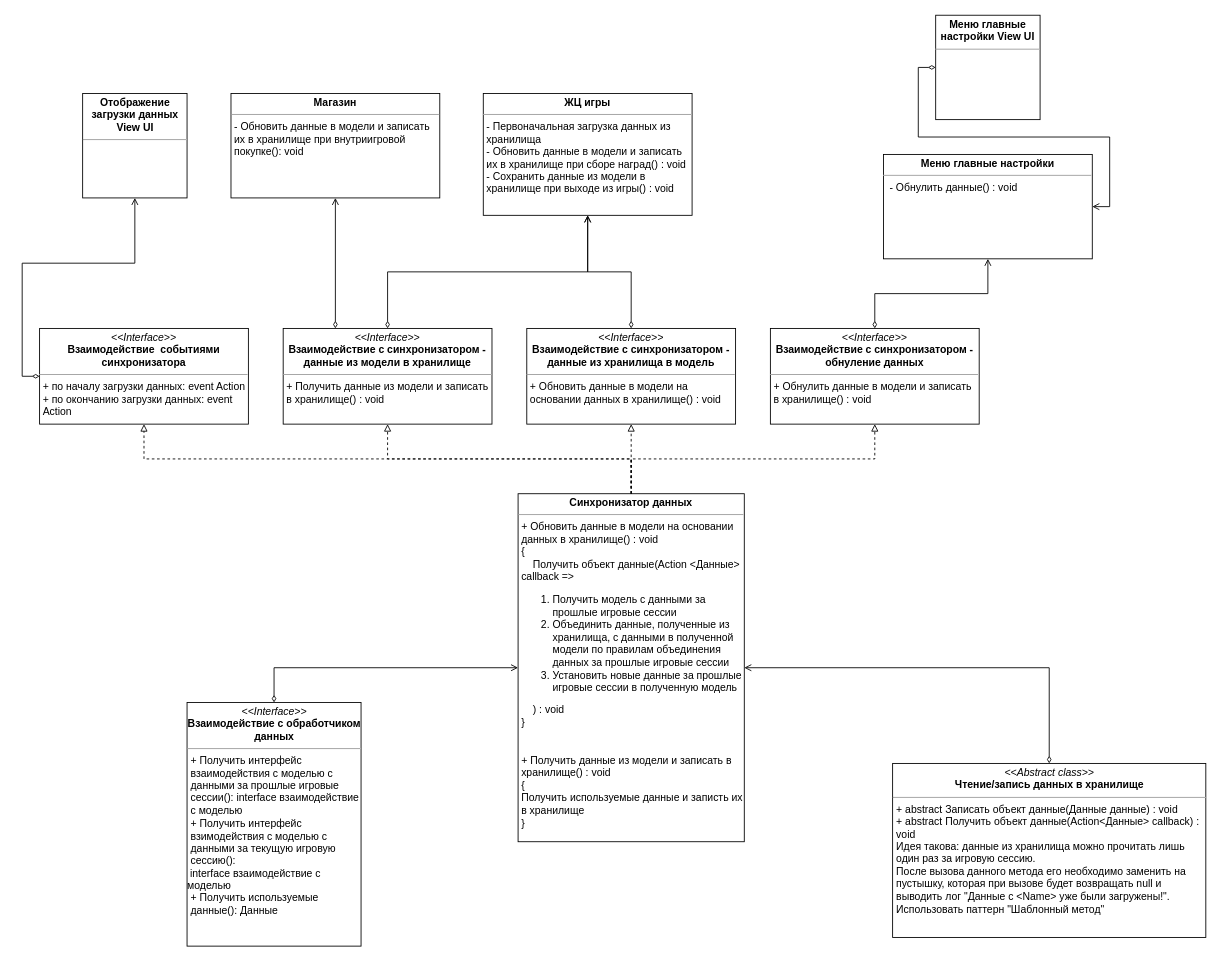
Above: Документация/Проектирование кода/Работа с данными/Синхронизатор данных UML.drawio in PurposeTo/JumpingDreamer (draw.io), before the change. Source tidied: cells renumbered, new cells numbered last; positions are measured from the earlier drawing's top-left corner, leaving out a move shared by most shapes. Both pictures are drawn from the tidied source at 87%, with x=0, y=0 at pixel (39, 15).
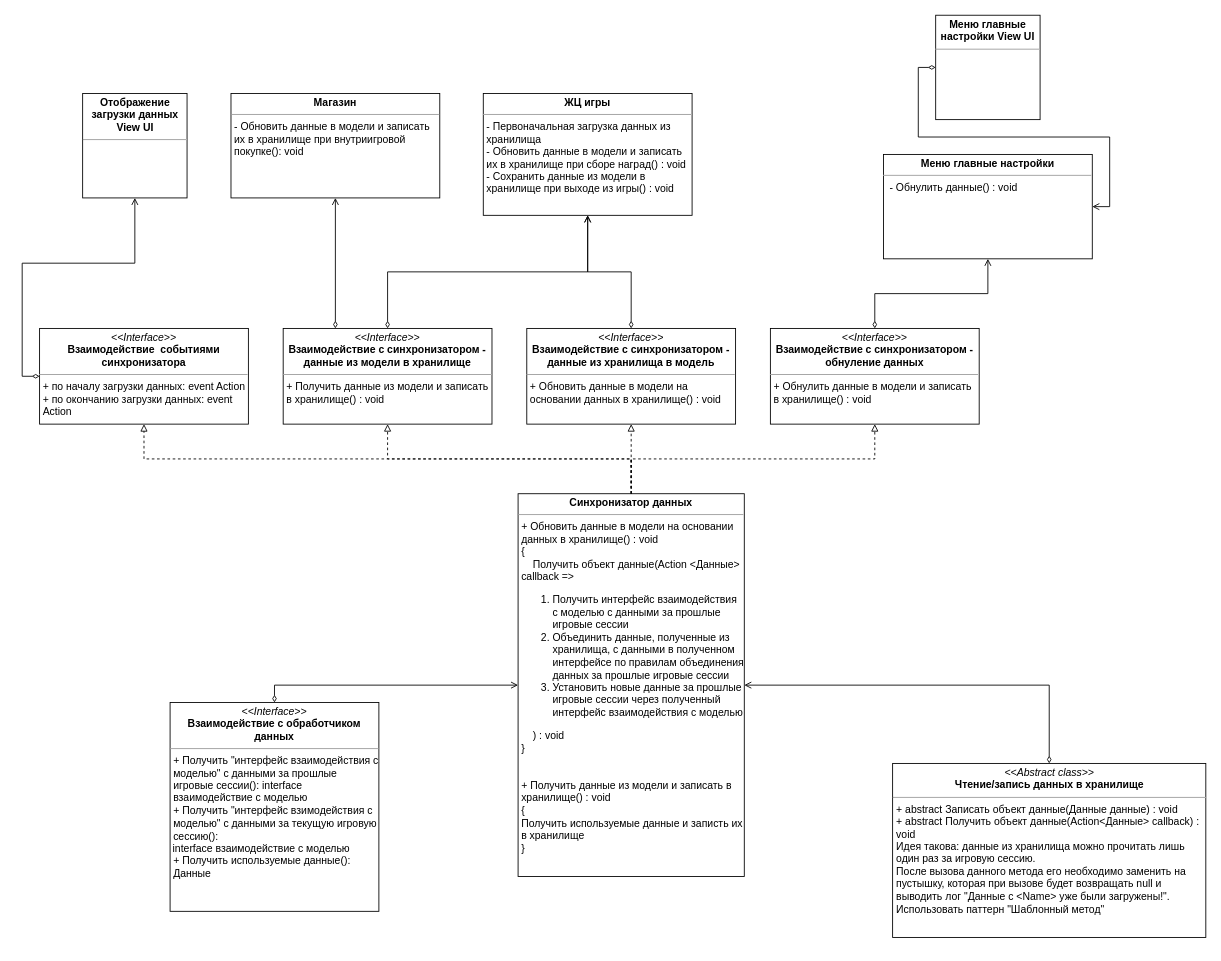
The same page after the edit.

Commit message (it also covers changes not shown here):
Update Работа с данными

What changed in the source:
```diff
@@
-    <mxCell id="6" value="&lt;p style=&quot;margin: 0px ; margin-top: 4px ; text-align: center&quot;&gt;&lt;b&gt;Синхронизатор данных&lt;/b&gt;&lt;/p&gt;&lt;hr size=&quot;1&quot;&gt;&lt;p style=&quot;margin: 0px 0px 0px 4px&quot;&gt;&lt;span&gt;+ Обновить данные в модели на основании данных в хранилище() : void&lt;/span&gt;&lt;br&gt;&lt;/p&gt;&lt;p style=&quot;margin: 0px ; margin-left: 4px&quot;&gt;{&lt;/p&gt;&lt;p style=&quot;margin: 0px ; margin-left: 4px&quot;&gt;&amp;nbsp; &amp;nbsp; Получить объект данные(Action &amp;lt;Данные&amp;gt; callback =&amp;gt;&lt;/p&gt;&lt;p style=&quot;margin: 0px ; margin-left: 4px&quot;&gt;&lt;/p&gt;&lt;ol&gt;&lt;li&gt;Получить модель с данными за прошлые игровые сессии&lt;br&gt;&lt;/li&gt;&lt;li&gt;Объединить данные, полученные из хранилища, с данными в полученной модели по правилам объединения данных за прошлые игровые сессии&lt;/li&gt;&lt;li&gt;Установить новые данные за прошлые игровые сессии в полученную модель&lt;/li&gt;&lt;/ol&gt;&lt;p&gt;&lt;/p&gt;&lt;p style=&quot;margin: 0px ; margin-left: 4px&quot;&gt;&amp;nbsp; &amp;nbsp; ) : void&amp;nbsp;&lt;br&gt;&lt;/p&gt;&lt;p style=&quot;margin: 0px ; margin-left: 4px&quot;&gt;}&lt;/p&gt;&lt;p style=&quot;margin: 0px ; margin-left: 4px&quot;&gt;&lt;br&gt;&lt;/p&gt;&lt;p style=&quot;margin: 0px ; margin-left: 4px&quot;&gt;&lt;br&gt;&lt;/p&gt;&lt;p style=&quot;margin: 0px 0px 0px 4px&quot;&gt;+ Получить данные из модели и записать в хранилище() : void&lt;br&gt;&lt;/p&gt;&lt;p style=&quot;margin: 0px 0px 0px 4px&quot;&gt;{&lt;/p&gt;&lt;p style=&quot;margin: 0px 0px 0px 4px&quot;&gt;Получить используемые данные и записть их в хранилище&lt;/p&gt;&lt;p style=&quot;margin: 0px 0px 0px 4px&quot;&gt;}&lt;/p&gt;&lt;p&gt;&lt;/p&gt;&lt;p&gt;&lt;/p&gt;" style="verticalAlign=top;align=left;overflow=fill;fontSize=12;fontFamily=Helvetica;html=1;whiteSpace=wrap;" parent="1" vertex="1">
-      <mxGeometry x="550" y="550" width="260" height="400" as="geometry" />
+    <mxCell id="6" value="&lt;p style=&quot;margin: 0px ; margin-top: 4px ; text-align: center&quot;&gt;&lt;b&gt;Синхронизатор данных&lt;/b&gt;&lt;/p&gt;&lt;hr size=&quot;1&quot;&gt;&lt;p style=&quot;margin: 0px 0px 0px 4px&quot;&gt;&lt;span&gt;+ Обновить данные в модели на основании данных в хранилище() : void&lt;/span&gt;&lt;br&gt;&lt;/p&gt;&lt;p style=&quot;margin: 0px ; margin-left: 4px&quot;&gt;{&lt;/p&gt;&lt;p style=&quot;margin: 0px ; margin-left: 4px&quot;&gt;&amp;nbsp; &amp;nbsp; Получить объект данные(Action &amp;lt;Данные&amp;gt; callback =&amp;gt;&lt;/p&gt;&lt;p style=&quot;margin: 0px ; margin-left: 4px&quot;&gt;&lt;/p&gt;&lt;ol&gt;&lt;li&gt;Получить интерфейс взаимодействия с моделью с данными за прошлые игровые сессии&lt;br&gt;&lt;/li&gt;&lt;li&gt;Объединить данные, полученные из хранилища, с данными в полученном интерфейсе по правилам объединения данных за прошлые игровые сессии&lt;/li&gt;&lt;li&gt;Установить новые данные за прошлые игровые сессии через полученный интерфейс взаимодействия с моделью&lt;/li&gt;&lt;/ol&gt;&lt;p&gt;&lt;/p&gt;&lt;p style=&quot;margin: 0px ; margin-left: 4px&quot;&gt;&amp;nbsp; &amp;nbsp; ) : void&amp;nbsp;&lt;br&gt;&lt;/p&gt;&lt;p style=&quot;margin: 0px ; margin-left: 4px&quot;&gt;}&lt;/p&gt;&lt;p style=&quot;margin: 0px ; margin-left: 4px&quot;&gt;&lt;br&gt;&lt;/p&gt;&lt;p style=&quot;margin: 0px ; margin-left: 4px&quot;&gt;&lt;br&gt;&lt;/p&gt;&lt;p style=&quot;margin: 0px 0px 0px 4px&quot;&gt;+ Получить данные из модели и записать в хранилище() : void&lt;br&gt;&lt;/p&gt;&lt;p style=&quot;margin: 0px 0px 0px 4px&quot;&gt;{&lt;/p&gt;&lt;p style=&quot;margin: 0px 0px 0px 4px&quot;&gt;Получить используемые данные и записть их в хранилище&lt;/p&gt;&lt;p style=&quot;margin: 0px 0px 0px 4px&quot;&gt;}&lt;/p&gt;&lt;p&gt;&lt;/p&gt;&lt;p&gt;&lt;/p&gt;" style="verticalAlign=top;align=left;overflow=fill;fontSize=12;fontFamily=Helvetica;html=1;whiteSpace=wrap;" parent="1" vertex="1">
+      <mxGeometry x="550" y="550" width="260" height="440" as="geometry" />
     </mxCell>
@@
-    <mxCell id="27" value="&lt;p style=&quot;margin: 0px ; margin-top: 4px ; text-align: center&quot;&gt;&lt;i&gt;&amp;lt;&amp;lt;Interface&amp;gt;&amp;gt;&lt;/i&gt;&lt;br&gt;&lt;b&gt;Взаимодействие с обработчиком данных&lt;/b&gt;&lt;/p&gt;&lt;hr size=&quot;1&quot;&gt;&lt;p style=&quot;margin: 0px 0px 0px 4px&quot;&gt;+ Получить интерфейс взаимодействия с моделью с данными за прошлые игровые сессии(): interface взаимодействие с моделью&lt;/p&gt;&lt;p style=&quot;margin: 0px 0px 0px 4px&quot;&gt;+ Получить интерфейс взимодействия с моделью с данными за текущую игровую сессию():&amp;nbsp;&lt;/p&gt;&amp;nbsp;interface взаимодействие с моделью&lt;p style=&quot;margin: 0px 0px 0px 4px&quot;&gt;+ Получить используемые данные(): Данные&lt;/p&gt;&lt;br&gt;&lt;p&gt;&lt;/p&gt;" style="verticalAlign=top;align=left;overflow=fill;fontSize=12;fontFamily=Helvetica;html=1;whiteSpace=wrap;" parent="1" vertex="1">
-      <mxGeometry x="169.5" y="790" width="200" height="280" as="geometry" />
+    <mxCell id="27" value="&lt;p style=&quot;margin: 0px ; margin-top: 4px ; text-align: center&quot;&gt;&lt;i&gt;&amp;lt;&amp;lt;Interface&amp;gt;&amp;gt;&lt;/i&gt;&lt;br&gt;&lt;b&gt;Взаимодействие с обработчиком данных&lt;/b&gt;&lt;/p&gt;&lt;hr size=&quot;1&quot;&gt;&lt;p style=&quot;margin: 0px 0px 0px 4px&quot;&gt;+ Получить &quot;интерфейс взаимодействия с моделью&quot; с данными за прошлые игровые сессии(): interface взаимодействие с моделью&lt;/p&gt;&lt;p style=&quot;margin: 0px 0px 0px 4px&quot;&gt;+ Получить &quot;интерфейс взимодействия с моделью&quot; с данными за текущую игровую сессию():&amp;nbsp;&lt;/p&gt;&amp;nbsp;interface взаимодействие с моделью&lt;p style=&quot;margin: 0px 0px 0px 4px&quot;&gt;+ Получить используемые данные(): Данные&lt;/p&gt;&lt;br&gt;&lt;p&gt;&lt;/p&gt;" style="verticalAlign=top;align=left;overflow=fill;fontSize=12;fontFamily=Helvetica;html=1;whiteSpace=wrap;" parent="1" vertex="1">
+      <mxGeometry x="150" y="790" width="240" height="240" as="geometry" />
     </mxCell>
```
